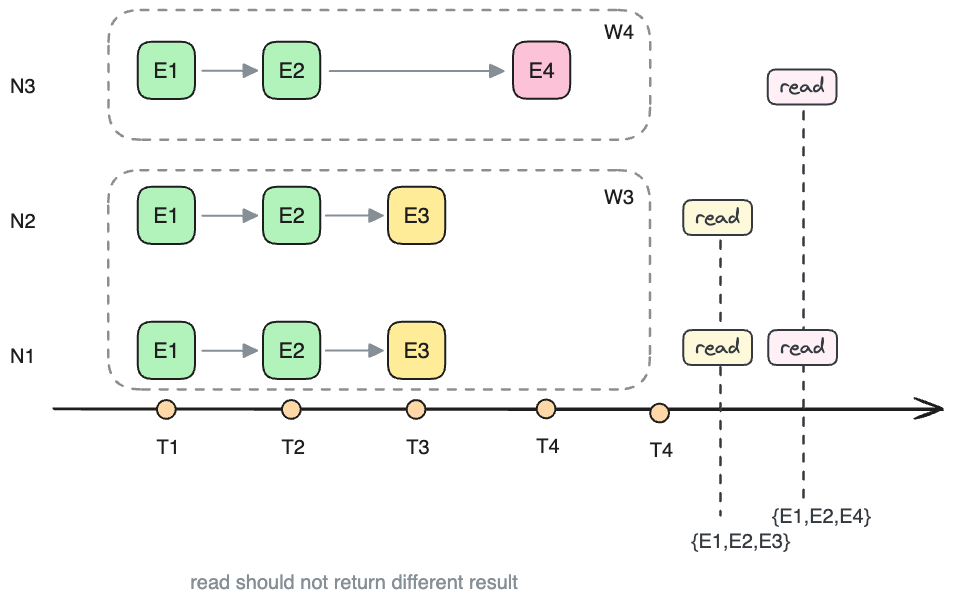
The Excalidraw diagram src/list/raxos/history-dirty-write.excalidraw.png in drmingdrmer/consensus-essence, before a commit. Source tidied: one line per element, renumbered; positions are measured from the earlier drawing's top-left corner, leaving out a move shared by most shapes.
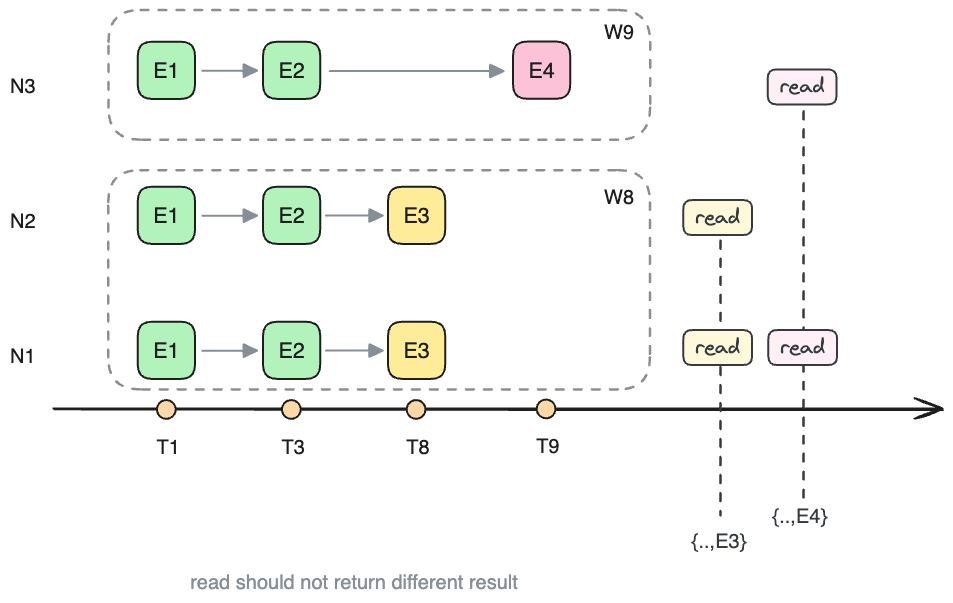
The same file after the commit.

Commit message:
M  src/list/raxos/history-dirty-write.excalidraw.png

Diff of the diagram source:
```diff
@@ -20,11 +20,11 @@
 {"id": 19, "type": "ellipse", "strokeColor": "#1e1e1e", "backgroundColor": "#ffd8a8", "fillStyle": "solid", "strokeWidth": 2, "roughness": 0, "round": true, "x": 147, "y": 390, "width": 19, "height": 19}
 {"id": 20, "type": "text", "text": "T1", "strokeColor": "#1e1e1e", "backgroundColor": "#99e9f2", "fillStyle": "solid", "strokeWidth": 2, "roughness": 0, "fontSize": 20, "fontFamily": 2, "x": 146, "y": 425, "width": 23, "height": 23}
 {"id": 21, "type": "ellipse", "strokeColor": "#1e1e1e", "backgroundColor": "#ffd8a8", "fillStyle": "solid", "strokeWidth": 2, "roughness": 0, "round": true, "x": 272, "y": 390, "width": 19, "height": 19}
-{"id": 22, "type": "text", "text": "T2", "strokeColor": "#1e1e1e", "backgroundColor": "#99e9f2", "fillStyle": "solid", "strokeWidth": 2, "roughness": 0, "fontSize": 20, "fontFamily": 2, "x": 271, "y": 425, "width": 23, "height": 23}
+{"id": 22, "type": "text", "text": "T3", "strokeColor": "#1e1e1e", "backgroundColor": "#99e9f2", "fillStyle": "solid", "strokeWidth": 2, "roughness": 0, "fontSize": 20, "fontFamily": 2, "x": 271, "y": 425, "width": 23, "height": 23}
 {"id": 23, "type": "ellipse", "strokeColor": "#1e1e1e", "backgroundColor": "#ffd8a8", "fillStyle": "solid", "strokeWidth": 2, "roughness": 0, "round": true, "x": 397, "y": 390, "width": 19, "height": 19}
-{"id": 24, "type": "text", "text": "T3", "strokeColor": "#1e1e1e", "backgroundColor": "#99e9f2", "fillStyle": "solid", "strokeWidth": 2, "roughness": 0, "fontSize": 20, "fontFamily": 2, "x": 396, "y": 425, "width": 23, "height": 23}
+{"id": 24, "type": "text", "text": "T8", "strokeColor": "#1e1e1e", "backgroundColor": "#99e9f2", "fillStyle": "solid", "strokeWidth": 2, "roughness": 0, "fontSize": 20, "fontFamily": 2, "x": 396, "y": 425, "width": 23, "height": 23}
 {"id": 25, "type": "ellipse", "strokeColor": "#1e1e1e", "backgroundColor": "#ffd8a8", "fillStyle": "solid", "strokeWidth": 2, "roughness": 0, "round": true, "x": 527, "y": 390, "width": 19, "height": 19}
-{"id": 26, "type": "text", "text": "T4", "strokeColor": "#1e1e1e", "backgroundColor": "#99e9f2", "fillStyle": "solid", "strokeWidth": 2, "roughness": 0, "fontSize": 20, "fontFamily": 2, "x": 526, "y": 424, "width": 23, "height": 23}
+{"id": 26, "type": "text", "text": "T9", "strokeColor": "#1e1e1e", "backgroundColor": "#99e9f2", "fillStyle": "solid", "strokeWidth": 2, "roughness": 0, "fontSize": 20, "fontFamily": 2, "x": 526, "y": 424, "width": 23, "height": 23}
 {"id": 27, "type": "arrow", "strokeColor": "#868e96", "backgroundColor": "#b2f2bb", "fillStyle": "solid", "strokeWidth": 2, "roughness": 0, "endArrowhead": "triangle", "round": true, "from": 0, "to": 6, "x": 192, "y": 341, "width": 55, "height": 0, "points": [[0, 0], [55, 0]]}
 {"id": 28, "type": "arrow", "strokeColor": "#868e96", "backgroundColor": "#b2f2bb", "fillStyle": "solid", "strokeWidth": 2, "roughness": 0, "endArrowhead": "triangle", "round": true, "from": 2, "to": 8, "x": 192, "y": 206, "width": 55, "height": 0, "points": [[0, 0], [55, 0]]}
 {"id": 29, "type": "arrow", "strokeColor": "#868e96", "backgroundColor": "#b2f2bb", "fillStyle": "solid", "strokeWidth": 2, "roughness": 0, "endArrowhead": "triangle", "round": true, "from": 4, "to": 10, "x": 192, "y": 61, "width": 55, "height": 0, "points": [[0, 0], [55, 0]]}
@@ -35,14 +35,12 @@
 {"id": 34, "type": "text", "text": "N3", "strokeColor": "#1e1e1e", "strokeWidth": 2, "roughness": 1, "fontSize": 20, "fontFamily": 2, "x": 0, "y": 64, "width": 26, "height": 23}
 {"id": 35, "type": "text", "text": "read should not return different result", "strokeColor": "#868e96", "backgroundColor": "#eebefa", "fillStyle": "solid", "strokeWidth": 2, "strokeStyle": "dashed", "roughness": 0, "fontSize": 20, "fontFamily": 2, "x": 180, "y": 560, "width": 328, "height": 23}
 {"id": 36, "type": "arrow", "strokeColor": "#868e96", "backgroundColor": "#ffec99", "fillStyle": "solid", "strokeWidth": 2, "roughness": 0, "endArrowhead": "triangle", "round": true, "from": 10, "to": 16, "x": 320, "y": 61, "width": 174, "height": 0, "points": [[0, 0], [174, 0]]}
-{"id": 37, "type": "text", "text": "W4", "strokeColor": "#1e1e1e", "backgroundColor": "#fcc2d7", "fillStyle": "solid", "strokeWidth": 2, "roughness": 0, "fontSize": 20, "fontFamily": 2, "x": 594, "y": 10, "width": 30, "height": 23}
+{"id": 37, "type": "text", "text": "W9", "strokeColor": "#1e1e1e", "backgroundColor": "#fcc2d7", "fillStyle": "solid", "strokeWidth": 2, "roughness": 0, "fontSize": 20, "fontFamily": 2, "x": 594, "y": 10, "width": 30, "height": 23}
-{"id": 38, "type": "text", "text": "W3", "strokeColor": "#1e1e1e", "backgroundColor": "#fcc2d7", "fillStyle": "solid", "strokeWidth": 2, "roughness": 0, "fontSize": 20, "fontFamily": 2, "x": 594, "y": 175, "width": 30, "height": 23}
+{"id": 38, "type": "text", "text": "W8", "strokeColor": "#1e1e1e", "backgroundColor": "#fcc2d7", "fillStyle": "solid", "strokeWidth": 2, "roughness": 0, "fontSize": 20, "fontFamily": 2, "x": 594, "y": 175, "width": 30, "height": 23}
 {"id": 39, "type": "rectangle", "strokeColor": "#1e1e1e", "strokeWidth": 2, "strokeStyle": "dashed", "roughness": 0, "opacity": 50, "round": true, "x": 98, "y": 0, "width": 542, "height": 130}
 {"id": 40, "type": "rectangle", "strokeColor": "#1e1e1e", "strokeWidth": 2, "strokeStyle": "dashed", "roughness": 0, "opacity": 50, "round": true, "x": 98, "y": 160, "width": 542, "height": 219}
 {"id": 41, "type": "line", "strokeColor": "#343a40", "backgroundColor": "#eebefa", "fillStyle": "solid", "strokeWidth": 2, "strokeStyle": "dashed", "roughness": 0, "round": true, "x": 710, "y": 213, "width": 0, "height": 293, "points": [[0, 0], [0, 293]]}
 {"id": 42, "type": "line", "strokeColor": "#343a40", "backgroundColor": "#eebefa", "fillStyle": "solid", "strokeWidth": 2, "strokeStyle": "dashed", "roughness": 0, "round": true, "x": 794, "y": 83, "width": 0, "height": 409, "points": [[0, 0], [0, 409]]}
-{"id": 43, "type": "ellipse", "strokeColor": "#1e1e1e", "backgroundColor": "#ffd8a8", "fillStyle": "solid", "strokeWidth": 2, "roughness": 0, "round": true, "x": 640, "y": 394, "width": 19, "height": 19}
-{"id": 44, "type": "text", "text": "T4", "strokeColor": "#1e1e1e", "backgroundColor": "#99e9f2", "fillStyle": "solid", "strokeWidth": 2, "roughness": 0, "fontSize": 20, "fontFamily": 2, "x": 640, "y": 428, "width": 23, "height": 23}
 {"id": 45, "type": "rectangle", "strokeColor": "#343a40", "backgroundColor": "#fff9db", "fillStyle": "solid", "strokeWidth": 2, "roughness": 0, "round": true, "x": 673, "y": 320, "width": 69, "height": 35}
 {"id": 46, "type": "text", "text": "read", "strokeColor": "#343a40", "strokeWidth": 2, "roughness": 1, "fontSize": 20, "fontFamily": 1, "textAlign": "center", "verticalAlign": "middle", "inside": 45, "x": 686, "y": 325, "width": 44, "height": 25}
 {"id": 47, "type": "rectangle", "strokeColor": "#343a40", "backgroundColor": "#fff0f6", "fillStyle": "solid", "strokeWidth": 2, "roughness": 0, "round": true, "x": 758, "y": 320, "width": 69, "height": 35}
@@ -51,5 +49,5 @@
 {"id": 50, "type": "text", "text": "read", "strokeColor": "#343a40", "strokeWidth": 2, "roughness": 1, "fontSize": 20, "fontFamily": 1, "textAlign": "center", "verticalAlign": "middle", "inside": 49, "x": 686, "y": 195, "width": 44, "height": 25}
 {"id": 51, "type": "rectangle", "strokeColor": "#343a40", "backgroundColor": "#fff0f6", "fillStyle": "solid", "strokeWidth": 2, "roughness": 0, "round": true, "x": 758, "y": 59, "width": 69, "height": 35}
 {"id": 52, "type": "text", "text": "read", "strokeColor": "#343a40", "strokeWidth": 2, "roughness": 1, "fontSize": 20, "fontFamily": 1, "textAlign": "center", "verticalAlign": "middle", "inside": 51, "x": 770, "y": 64, "width": 44, "height": 25}
-{"id": 53, "type": "text", "text": "{E1,E2,E3}", "strokeColor": "#343a40", "backgroundColor": "#eebefa", "fillStyle": "solid", "strokeWidth": 2, "strokeStyle": "dashed", "roughness": 0, "fontSize": 20, "fontFamily": 2, "x": 682, "y": 519, "width": 98, "height": 23}
+{"id": 53, "type": "text", "text": "{..,E3}", "strokeColor": "#343a40", "backgroundColor": "#eebefa", "fillStyle": "solid", "strokeWidth": 2, "strokeStyle": "dashed", "roughness": 0, "fontSize": 20, "fontFamily": 2, "x": 682, "y": 519, "width": 54, "height": 23}
-{"id": 54, "type": "text", "text": "{E1,E2,E4}", "strokeColor": "#343a40", "backgroundColor": "#eebefa", "fillStyle": "solid", "strokeWidth": 2, "strokeStyle": "dashed", "roughness": 0, "fontSize": 20, "fontFamily": 2, "x": 763, "y": 494, "width": 98, "height": 23}
+{"id": 54, "type": "text", "text": "{..,E4}", "strokeColor": "#343a40", "backgroundColor": "#eebefa", "fillStyle": "solid", "strokeWidth": 2, "strokeStyle": "dashed", "roughness": 0, "fontSize": 20, "fontFamily": 2, "x": 763, "y": 494, "width": 54, "height": 23}
```
